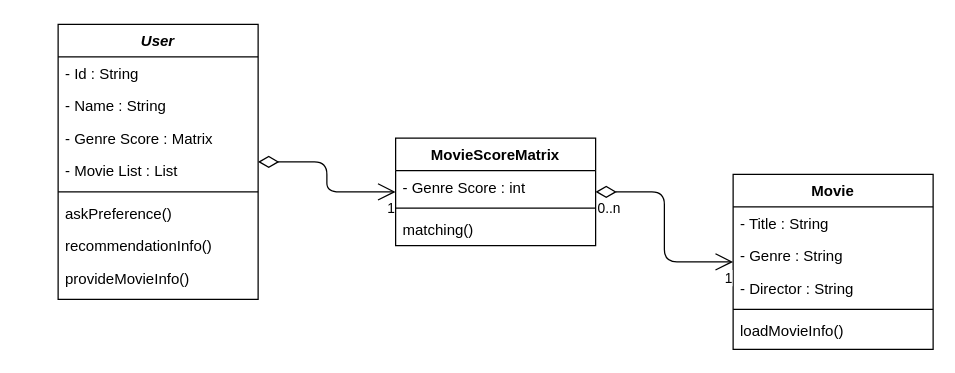
The draw.io diagram UML.drawio in SoftwareEngineering-Gotcha/MovieRecommendation, before the edit. Source tidied: cells renumbered, new cells numbered last; positions are measured from the earlier drawing's top-left corner, leaving out a move shared by most shapes. Both pictures are drawn from the tidied source at 125%, with x=0, y=0 at pixel (58, 24).
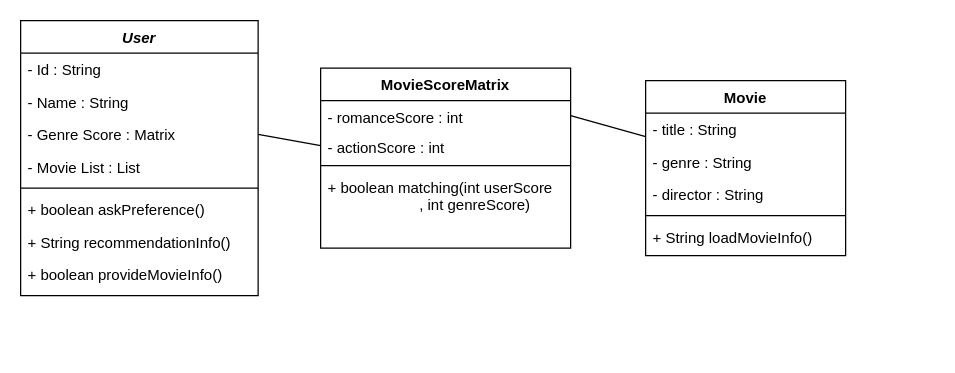
After the change.

Commit message:
update class diagram

Diff of the diagram source:
```diff
@@
     <mxCell id="2" value="User" style="swimlane;fontStyle=3;align=center;verticalAlign=top;horizontal=1;startSize=26;rounded=0;shadow=0;strokeWidth=1;" parent="1" vertex="1">
-      <mxGeometry width="160" height="220" as="geometry" />
+      <mxGeometry x="-30" y="-3" width="190" height="220" as="geometry" />
     </mxCell>
     <mxCell id="3" value="- Id : String" style="text;align=left;verticalAlign=top;spacingLeft=4;spacingRight=4;overflow=hidden;" parent="2" vertex="1">
-      <mxGeometry y="26" width="160" height="26" as="geometry" />
+      <mxGeometry y="26" width="190" height="26" as="geometry" />
     </mxCell>
     <mxCell id="4" value="- Name : String" style="text;align=left;verticalAlign=top;spacingLeft=4;spacingRight=4;overflow=hidden;rounded=0;shadow=0;html=0;" parent="2" vertex="1">
-      <mxGeometry y="52" width="160" height="26" as="geometry" />
+      <mxGeometry y="52" width="190" height="26" as="geometry" />
     </mxCell>
     <mxCell id="5" value="- Genre Score : Matrix" style="text;align=left;verticalAlign=top;spacingLeft=4;spacingRight=4;overflow=hidden;points=[[0,0.5],[1,0.5]];portConstraint=eastwest;rounded=0;shadow=0;html=0;" parent="2" vertex="1">
-      <mxGeometry y="78" width="160" height="26" as="geometry" />
+      <mxGeometry y="78" width="190" height="26" as="geometry" />
     </mxCell>
     <mxCell id="6" value="- Movie List : List" style="text;align=left;verticalAlign=top;spacingLeft=4;spacingRight=4;overflow=hidden;rounded=0;shadow=0;html=0;" parent="2" vertex="1">
-      <mxGeometry y="104" width="160" height="26" as="geometry" />
+      <mxGeometry y="104" width="190" height="26" as="geometry" />
     </mxCell>
     <mxCell id="7" style="line;html=1;strokeWidth=1;align=left;verticalAlign=middle;spacingTop=-1;spacingLeft=3;spacingRight=3;labelPosition=right;" parent="2" vertex="1">
-      <mxGeometry y="130" width="160" height="8" as="geometry" />
+      <mxGeometry y="130" width="190" height="8" as="geometry" />
     </mxCell>
-    <mxCell id="8" value="askPreference()" style="text;align=left;verticalAlign=top;spacingLeft=4;spacingRight=4;overflow=hidden;" parent="2" vertex="1">
-      <mxGeometry y="138" width="160" height="26" as="geometry" />
+    <mxCell id="8" value="+ boolean askPreference()" style="text;align=left;verticalAlign=top;spacingLeft=4;spacingRight=4;overflow=hidden;" parent="2" vertex="1">
+      <mxGeometry y="138" width="190" height="26" as="geometry" />
     </mxCell>
-    <mxCell id="9" value="recommendationInfo()" style="text;strokeColor=none;fillColor=none;align=left;verticalAlign=top;spacingLeft=4;spacingRight=4;overflow=hidden;" parent="2" vertex="1">
-      <mxGeometry y="164" width="160" height="26" as="geometry" />
+    <mxCell id="9" value="+ String recommendationInfo()" style="text;strokeColor=none;fillColor=none;align=left;verticalAlign=top;spacingLeft=4;spacingRight=4;overflow=hidden;" parent="2" vertex="1">
+      <mxGeometry y="164" width="190" height="26" as="geometry" />
     </mxCell>
-    <mxCell id="10" value="provideMovieInfo()" style="text;align=left;verticalAlign=top;spacingLeft=4;spacingRight=4;overflow=hidden;" parent="2" vertex="1">
-      <mxGeometry y="190" width="160" height="26" as="geometry" />
+    <mxCell id="10" value="+ boolean provideMovieInfo()" style="text;align=left;verticalAlign=top;spacingLeft=4;spacingRight=4;overflow=hidden;" parent="2" vertex="1">
+      <mxGeometry y="190" width="190" height="26" as="geometry" />
     </mxCell>
     <mxCell id="11" value="Movie" style="swimlane;fontStyle=1;align=center;verticalAlign=top;horizontal=1;startSize=26;rounded=0;shadow=0;strokeWidth=1;" parent="1" vertex="1">
-      <mxGeometry x="540" y="120" width="160" height="140" as="geometry" />
+      <mxGeometry x="470" y="45" width="160" height="140" as="geometry" />
     </mxCell>
-    <mxCell id="12" value="- Title : String" style="text;align=left;verticalAlign=top;spacingLeft=4;spacingRight=4;overflow=hidden;points=[[0,0.5],[1,0.5]];portConstraint=eastwest;" parent="11" vertex="1">
+    <mxCell id="12" value="- title : String" style="text;align=left;verticalAlign=top;spacingLeft=4;spacingRight=4;overflow=hidden;points=[[0,0.5],[1,0.5]];portConstraint=eastwest;" parent="11" vertex="1">
       <mxGeometry y="26" width="160" height="26" as="geometry" />
     </mxCell>
-    <mxCell id="13" value="- Genre : String &#10;" style="text;align=left;verticalAlign=top;spacingLeft=4;spacingRight=4;overflow=hidden;rounded=0;shadow=0;html=0;" parent="11" vertex="1">
+    <mxCell id="13" value="- genre : String &#10;" style="text;align=left;verticalAlign=top;spacingLeft=4;spacingRight=4;overflow=hidden;rounded=0;shadow=0;html=0;" parent="11" vertex="1">
       <mxGeometry y="52" width="160" height="26" as="geometry" />
     </mxCell>
-    <mxCell id="14" value="- Director : String &#10;" style="text;align=left;verticalAlign=top;spacingLeft=4;spacingRight=4;overflow=hidden;rounded=0;shadow=0;html=0;" parent="11" vertex="1">
+    <mxCell id="14" value="- director : String &#10;" style="text;align=left;verticalAlign=top;spacingLeft=4;spacingRight=4;overflow=hidden;rounded=0;shadow=0;html=0;" parent="11" vertex="1">
       <mxGeometry y="78" width="160" height="26" as="geometry" />
     </mxCell>
@@
-    <mxCell id="16" value="loadMovieInfo()" style="text;align=left;verticalAlign=top;spacingLeft=4;spacingRight=4;overflow=hidden;" parent="11" vertex="1">
+    <mxCell id="16" value="+ String loadMovieInfo()" style="text;align=left;verticalAlign=top;spacingLeft=4;spacingRight=4;overflow=hidden;" parent="11" vertex="1">
       <mxGeometry y="112" width="160" height="26" as="geometry" />
     </mxCell>
-    <mxCell id="17" style="endArrow=open;html=1;endSize=12;startArrow=diamondThin;startSize=14;startFill=0;edgeStyle=orthogonalEdgeStyle;" parent="1" edge="1" source="20" target="11">
-      <mxGeometry relative="1" as="geometry" />
-    </mxCell>
-    <mxCell id="18" value="0..n" style="edgeLabel;html=1;align=left;verticalAlign=top;" parent="17" vertex="1">
-      <mxGeometry x="-1" relative="1" as="geometry" />
-    </mxCell>
-    <mxCell id="19" value="1" style="edgeLabel;html=1;align=right;verticalAlign=top;" parent="17" vertex="1">
-      <mxGeometry x="1" relative="1" as="geometry" />
-    </mxCell>
     <mxCell id="20" value="MovieScoreMatrix" style="swimlane;fontStyle=1;align=center;verticalAlign=top;horizontal=1;startSize=26;" parent="1" vertex="1">
-      <mxGeometry x="270" y="91" width="160" height="86" as="geometry" />
+      <mxGeometry x="210" y="35" width="200" height="144" as="geometry" />
     </mxCell>
-    <mxCell id="21" value="- Genre Score : int" style="text;strokeColor=none;fillColor=none;align=left;verticalAlign=top;spacingLeft=4;spacingRight=4;overflow=hidden;points=[[0,0.5],[1,0.5]];portConstraint=eastwest;" parent="20" vertex="1">
-      <mxGeometry y="26" width="160" height="26" as="geometry" />
+    <mxCell id="21" value="- romanceScore : int" style="text;strokeColor=none;fillColor=none;align=left;verticalAlign=top;spacingLeft=4;spacingRight=4;overflow=hidden;points=[[0,0.5],[1,0.5]];portConstraint=eastwest;" parent="20" vertex="1">
+      <mxGeometry y="26" width="200" height="24" as="geometry" />
     </mxCell>
+    <mxCell id="26" value="- actionScore : int" style="text;strokeColor=none;fillColor=none;align=left;verticalAlign=top;spacingLeft=4;spacingRight=4;overflow=hidden;points=[[0,0.5],[1,0.5]];portConstraint=eastwest;" parent="20" vertex="1">
+      <mxGeometry y="50" width="200" height="24" as="geometry" />
+    </mxCell>
     <mxCell id="22" style="line;strokeWidth=1;fillColor=none;align=left;verticalAlign=middle;spacingTop=-1;spacingLeft=3;spacingRight=3;labelPosition=right;" parent="20" vertex="1">
-      <mxGeometry y="52" width="160" height="8" as="geometry" />
+      <mxGeometry y="74" width="200" height="8" as="geometry" />
     </mxCell>
-    <mxCell id="23" value="matching()" style="text;strokeColor=none;fillColor=none;align=left;verticalAlign=top;spacingLeft=4;spacingRight=4;overflow=hidden;" parent="20" vertex="1">
-      <mxGeometry y="60" width="160" height="26" as="geometry" />
+    <mxCell id="23" value="+ boolean matching(int userScore&#10;                      , int genreScore)" style="text;strokeColor=none;fillColor=none;align=left;verticalAlign=top;spacingLeft=4;spacingRight=4;overflow=hidden;" parent="20" vertex="1">
+      <mxGeometry y="82" width="200" height="62" as="geometry" />
     </mxCell>
-    <mxCell id="24" style="endArrow=open;html=1;endSize=12;startArrow=diamondThin;startSize=14;startFill=0;edgeStyle=orthogonalEdgeStyle;" parent="1" edge="1" source="2" target="20">
-      <mxGeometry relative="1" as="geometry" />
-    </mxCell>
-    <mxCell id="25" value="1" style="edgeLabel;html=1;align=right;verticalAlign=top;" parent="24" vertex="1">
-      <mxGeometry x="1" relative="1" as="geometry" />
-    </mxCell>
+    <mxCell id="27" style="endArrow=none;html=1;exitX=1;exitY=0.5;exitDx=0;exitDy=0;entryX=0;entryY=0.5;entryDx=0;entryDy=0;" parent="1" edge="1" source="5" target="26">
+      <mxGeometry relative="1" as="geometry" />
+    </mxCell>
+    <mxCell id="28" style="endArrow=none;html=1;entryX=0;entryY=0.724;entryDx=0;entryDy=0;exitX=1;exitY=0.5;exitDx=0;exitDy=0;entryPerimeter=0;" parent="1" edge="1" source="21" target="12">
+      <mxGeometry relative="1" as="geometry" />
+    </mxCell>
```
